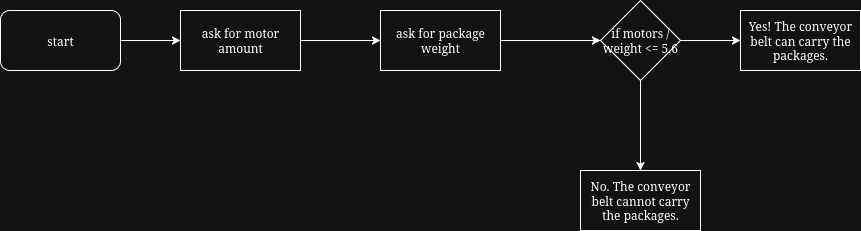
mathias209/cprog keeps this draw.io diagram as kasse flowchart.png. Above is the earlier version. Source tidied: cells renumbered, new cells last; positions are measured from the earlier drawing's top-left corner, leaving out a move shared by most shapes.
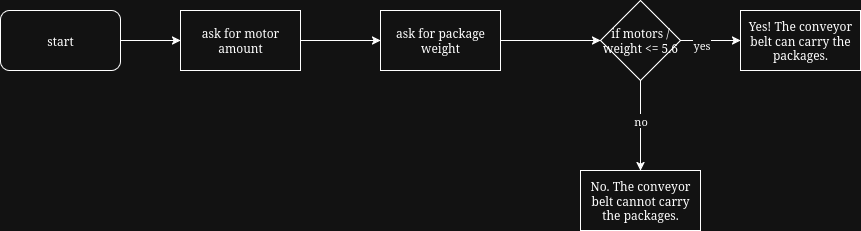
Later version of the same file.

Change to the diagram source:
```diff
@@ -23,9 +23,15 @@
     <mxCell id="8" style="edgeStyle=orthogonalEdgeStyle;rounded=0;jettySize=auto;html=1;" parent="1" edge="1" source="10" target="11">
       <mxGeometry relative="1" as="geometry" />
     </mxCell>
+    <mxCell id="13" value="&lt;div&gt;yes&lt;/div&gt;" style="edgeLabel;html=1;align=center;verticalAlign=middle;" parent="8" vertex="1">
+      <mxGeometry x="-0.33" y="-3" relative="1" as="geometry" />
+    </mxCell>
     <mxCell id="9" style="edgeStyle=orthogonalEdgeStyle;rounded=0;jettySize=auto;html=1;" parent="1" edge="1" source="10" target="12">
       <mxGeometry relative="1" as="geometry" />
     </mxCell>
+    <mxCell id="14" value="no" style="edgeLabel;html=1;align=center;verticalAlign=middle;" parent="9" vertex="1">
+      <mxGeometry x="-0.13" y="-1" relative="1" as="geometry" />
+    </mxCell>
     <mxCell id="10" value="if motors / weight &amp;lt;= 5.6" style="rhombus;whiteSpace=wrap;html=1;rounded=0;" parent="1" vertex="1">
       <mxGeometry x="600" width="80" height="80" as="geometry" />
     </mxCell>
```
